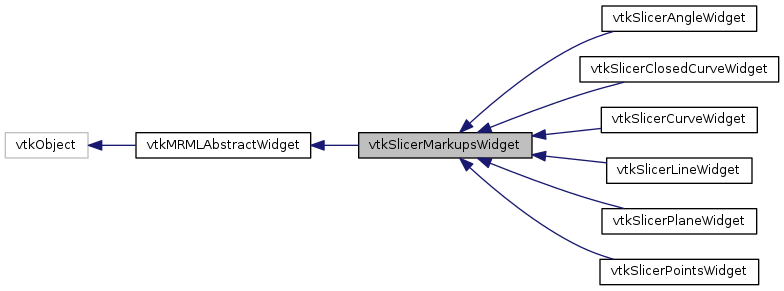
The Graphviz diagram master/classvtkSlicerMarkupsWidget__inherit__graph.png in jamesobutler/apidocs.slicer.org, before a commit. Its source is kept beside it as master/classvtkSlicerMarkupsWidget__inherit__graph.dot. The source it was exported from:
```dot
digraph "vtkSlicerMarkupsWidget"
{
  bgcolor="transparent";
  edge [fontname="Helvetica",fontsize="10",labelfontname="Helvetica",labelfontsize="10"];
  node [fontname="Helvetica",fontsize="10",shape=record];
  rankdir="LR";
  Node0 [label="vtkSlicerMarkupsWidget",height=0.2,width=0.4,color="black", fillcolor="grey75", style="filled", fontcolor="black"];
  Node1 -> Node0 [dir="back",color="midnightblue",fontsize="10",style="solid",fontname="Helvetica"];
  Node1 [label="vtkMRMLAbstractWidget",height=0.2,width=0.4,color="black",URL="$classvtkMRMLAbstractWidget.html",tooltip="Process interaction events to update state of MRML widget nodes. "];
  Node2 -> Node1 [dir="back",color="midnightblue",fontsize="10",style="solid",fontname="Helvetica"];
  Node2 [label="vtkObject",height=0.2,width=0.4,color="grey75"];
  Node0 -> Node3 [dir="back",color="midnightblue",fontsize="10",style="solid",fontname="Helvetica"];
  Node3 [label="vtkSlicerAngleWidget",height=0.2,width=0.4,color="black",URL="$classvtkSlicerAngleWidget.html",tooltip="create an angle with a set of 3 points "];
  Node0 -> Node4 [dir="back",color="midnightblue",fontsize="10",style="solid",fontname="Helvetica"];
  Node4 [label="vtkSlicerClosedCurveWidget",height=0.2,width=0.4,color="black",URL="$classvtkSlicerClosedCurveWidget.html",tooltip="create a curve with a set of N points "];
  Node0 -> Node5 [dir="back",color="midnightblue",fontsize="10",style="solid",fontname="Helvetica"];
  Node5 [label="vtkSlicerCurveWidget",height=0.2,width=0.4,color="black",URL="$classvtkSlicerCurveWidget.html",tooltip="create a curve with a set of N points "];
  Node0 -> Node6 [dir="back",color="midnightblue",fontsize="10",style="solid",fontname="Helvetica"];
  Node6 [label="vtkSlicerLineWidget",height=0.2,width=0.4,color="black",URL="$classvtkSlicerLineWidget.html",tooltip="create a line with a set of 2 points "];
  Node0 -> Node7 [dir="back",color="midnightblue",fontsize="10",style="solid",fontname="Helvetica"];
  Node7 [label="vtkSlicerPlaneWidget",height=0.2,width=0.4,color="black",URL="$classvtkSlicerPlaneWidget.html",tooltip="create a plane with a set of 3 points "];
  Node0 -> Node8 [dir="back",color="midnightblue",fontsize="10",style="solid",fontname="Helvetica"];
  Node8 [label="vtkSlicerPointsWidget",height=0.2,width=0.4,color="black",URL="$classvtkSlicerPointsWidget.html",tooltip="Widget to display a set of interactive points. "];
}
```
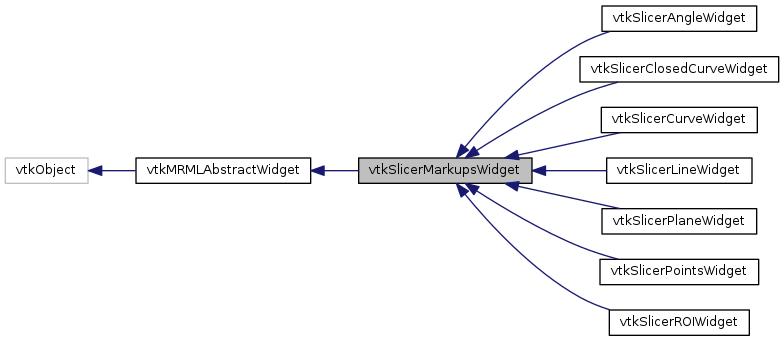
Later version of the same file.

Change to the diagram source:
```diff
@@ -21,4 +21,6 @@
   Node7 [label="vtkSlicerPlaneWidget",height=0.2,width=0.4,color="black",URL="$classvtkSlicerPlaneWidget.html",tooltip="create a plane with a set of 3 points "];
   Node0 -> Node8 [dir="back",color="midnightblue",fontsize="10",style="solid",fontname="Helvetica"];
   Node8 [label="vtkSlicerPointsWidget",height=0.2,width=0.4,color="black",URL="$classvtkSlicerPointsWidget.html",tooltip="Widget to display a set of interactive points. "];
+  Node0 -> Node9 [dir="back",color="midnightblue",fontsize="10",style="solid",fontname="Helvetica"];
+  Node9 [label="vtkSlicerROIWidget",height=0.2,width=0.4,color="black",URL="$classvtkSlicerROIWidget.html",tooltip="Create an ROI representation. "];
 }
```
